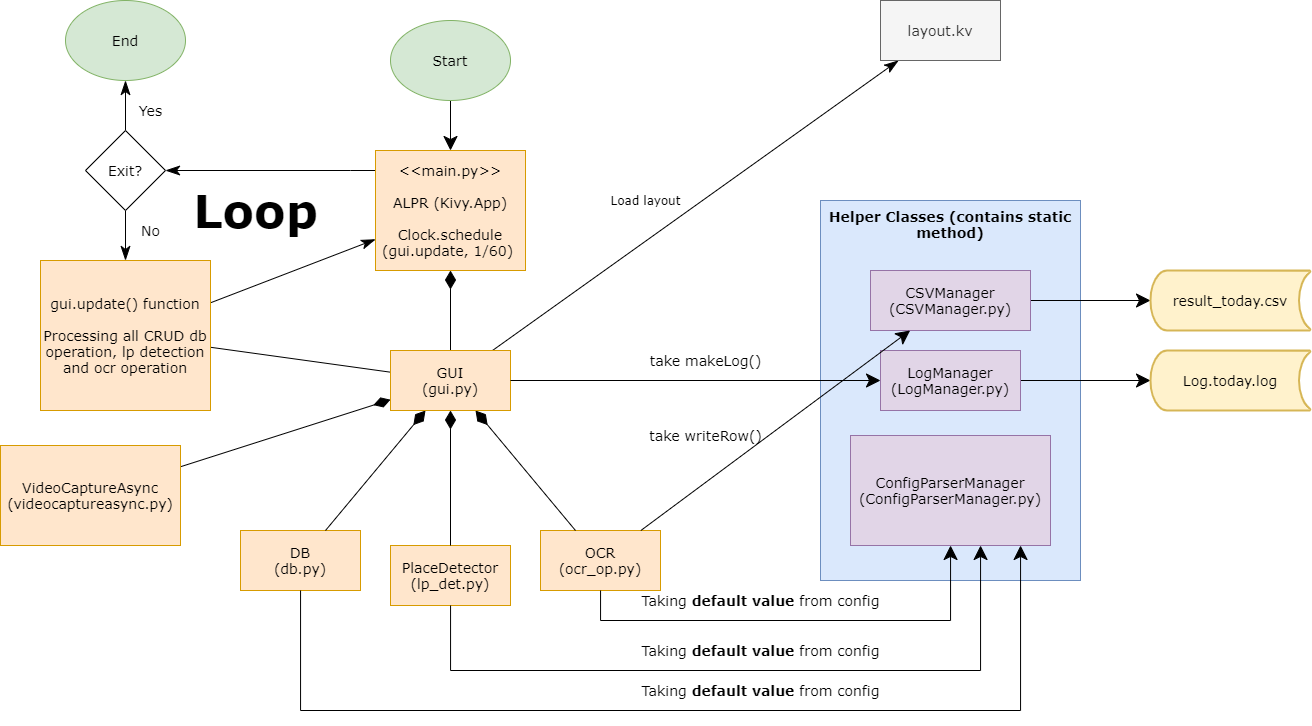
Before: img_log/Class Diagram.png, a diagram exported from draw.io (CheahWen/ALPR). Source tidied: cells renumbered, new cells last; positions are measured from the earlier drawing's top-left corner, leaving out a move shared by most shapes. Source of this version:
```xml
<mxGraphModel>
  <root>
    <mxCell id="0" />
    <mxCell id="1" parent="0" />
    <mxCell id="2" value="PlaceDetector&lt;br style=&quot;font-size: 14px;&quot;&gt;(lp_det.py)" style="rounded=0;whiteSpace=wrap;html=1;fontSize=14;fontFamily=Verdana;spacing=4;fillColor=#ffe6cc;strokeColor=#d79b00;" parent="1" vertex="1">
      <mxGeometry x="390" y="545" width="120" height="60" as="geometry" />
    </mxCell>
    <mxCell id="3" value="OCR&lt;br style=&quot;font-size: 14px;&quot;&gt;(ocr_op.py)" style="rounded=0;whiteSpace=wrap;html=1;fontSize=14;fontFamily=Verdana;spacing=4;fillColor=#ffe6cc;strokeColor=#d79b00;" parent="1" vertex="1">
      <mxGeometry x="540" y="530" width="120" height="60" as="geometry" />
    </mxCell>
    <mxCell id="4" value="DB&lt;br style=&quot;font-size: 14px;&quot;&gt;(db.py)" style="rounded=0;whiteSpace=wrap;html=1;fontSize=14;fontFamily=Verdana;spacing=4;fillColor=#ffe6cc;strokeColor=#d79b00;" parent="1" vertex="1">
      <mxGeometry x="240" y="530" width="120" height="60" as="geometry" />
    </mxCell>
    <mxCell id="5" style="edgeStyle=orthogonalEdgeStyle;rounded=0;jettySize=auto;html=1;startArrow=none;startFill=0;startSize=12;endArrow=classicThin;endFill=1;endSize=12;strokeColor=#000000;strokeWidth=1;fontFamily=Verdana;fontSize=14;" parent="1" edge="1" source="6" target="40">
      <mxGeometry relative="1" as="geometry">
        <Array as="points">
          <mxPoint x="350" y="170" />
          <mxPoint x="350" y="170" />
        </Array>
      </mxGeometry>
    </mxCell>
    <mxCell id="6" value="&amp;lt;&amp;lt;main.py&amp;gt;&amp;gt;&lt;br&gt;&lt;br&gt;ALPR (Kivy.App)&lt;br style=&quot;font-size: 14px&quot;&gt;&lt;br style=&quot;font-size: 14px&quot;&gt;Clock.schedule (gui.update, 1/60)&amp;nbsp;" style="rounded=0;whiteSpace=wrap;html=1;fontSize=14;fontFamily=Verdana;spacing=4;fillColor=#ffe6cc;strokeColor=#d79b00;" parent="1" vertex="1">
      <mxGeometry x="375" y="150" width="150" height="120" as="geometry" />
    </mxCell>
    <mxCell id="7" style="edgeStyle=orthogonalEdgeStyle;rounded=0;jettySize=auto;html=1;endArrow=diamondThin;endFill=1;startSize=9;endSize=16;fontSize=14;fontFamily=Verdana;spacing=4;" parent="1" edge="1" source="13" target="6">
      <mxGeometry relative="1" as="geometry" />
    </mxCell>
    <mxCell id="8" style="edgeStyle=none;rounded=0;jettySize=auto;html=1;startArrow=diamondThin;startFill=1;startSize=16;endArrow=none;endFill=0;endSize=16;strokeWidth=1;fontFamily=Verdana;fontSize=14;" parent="1" edge="1" source="13" target="4">
      <mxGeometry relative="1" as="geometry" />
    </mxCell>
    <mxCell id="9" style="edgeStyle=none;rounded=0;jettySize=auto;html=1;startArrow=diamondThin;startFill=1;startSize=16;endArrow=none;endFill=0;endSize=16;strokeWidth=1;fontFamily=Verdana;fontSize=14;" parent="1" edge="1" source="13" target="2">
      <mxGeometry relative="1" as="geometry" />
    </mxCell>
    <mxCell id="10" style="edgeStyle=none;rounded=0;jettySize=auto;html=1;startArrow=diamondThin;startFill=1;startSize=16;endArrow=none;endFill=0;endSize=16;strokeWidth=1;fontFamily=Verdana;fontSize=14;" parent="1" edge="1" source="13" target="3">
      <mxGeometry relative="1" as="geometry" />
    </mxCell>
    <mxCell id="11" style="edgeStyle=none;rounded=0;jettySize=auto;html=1;startArrow=none;startFill=0;startSize=12;endArrow=none;endFill=0;endSize=12;strokeWidth=1;fontFamily=Verdana;fontSize=14;" parent="1" edge="1" source="13" target="31">
      <mxGeometry relative="1" as="geometry" />
    </mxCell>
    <mxCell id="12" style="edgeStyle=none;rounded=0;jettySize=auto;html=1;startArrow=none;startFill=0;startSize=12;endArrow=classicThin;endFill=1;endSize=12;strokeColor=#000000;strokeWidth=1;fontFamily=Verdana;fontSize=46;" parent="1" edge="1" source="13" target="45">
      <mxGeometry relative="1" as="geometry" />
    </mxCell>
    <mxCell id="13" value="GUI&lt;br style=&quot;font-size: 14px;&quot;&gt;(gui.py)" style="rounded=0;whiteSpace=wrap;html=1;fontSize=14;fontFamily=Verdana;spacing=4;fillColor=#ffe6cc;strokeColor=#d79b00;" parent="1" vertex="1">
      <mxGeometry x="390" y="350" width="120" height="60" as="geometry" />
    </mxCell>
    <mxCell id="14" value="&lt;b style=&quot;font-size: 14px&quot;&gt;&lt;font style=&quot;font-size: 14px&quot;&gt;Helper Classes (contains static method)&lt;/font&gt;&lt;/b&gt;" style="rounded=0;whiteSpace=wrap;html=1;fontSize=14;fontFamily=Verdana;spacing=4;verticalAlign=top;fillColor=#dae8fc;strokeColor=#6c8ebf;" parent="1" vertex="1">
      <mxGeometry x="820" y="200" width="260" height="380" as="geometry" />
    </mxCell>
    <mxCell id="15" style="edgeStyle=none;rounded=0;jettySize=auto;html=1;startArrow=none;startFill=0;startSize=12;endArrow=classic;endFill=1;endSize=12;strokeWidth=1;fontFamily=Verdana;fontSize=14;" parent="1" edge="1" source="16" target="34">
      <mxGeometry relative="1" as="geometry" />
    </mxCell>
    <mxCell id="16" value="&lt;span&gt;CSVManager (CSVManager.py)&lt;/span&gt;" style="rounded=0;whiteSpace=wrap;html=1;fontFamily=Verdana;fontSize=14;fillColor=#e1d5e7;strokeColor=#9673a6;" parent="1" vertex="1">
      <mxGeometry x="870" y="270" width="160" height="60" as="geometry" />
    </mxCell>
    <mxCell id="17" style="rounded=0;jettySize=auto;html=1;startArrow=classic;startFill=1;startSize=12;endArrow=none;endFill=0;endSize=16;strokeWidth=1;fontFamily=Verdana;fontSize=14;edgeStyle=orthogonalEdgeStyle;" parent="1" edge="1" source="18" target="3">
      <mxGeometry relative="1" as="geometry">
        <Array as="points">
          <mxPoint x="950" y="620" />
          <mxPoint x="600" y="620" />
        </Array>
      </mxGeometry>
    </mxCell>
    <mxCell id="18" value="&lt;span&gt;ConfigParserManager (ConfigParserManager.py)&lt;/span&gt;" style="rounded=0;whiteSpace=wrap;html=1;fontFamily=Verdana;fontSize=14;fillColor=#e1d5e7;strokeColor=#9673a6;" parent="1" vertex="1">
      <mxGeometry x="850" y="435" width="200" height="110" as="geometry" />
    </mxCell>
    <mxCell id="19" style="edgeStyle=none;rounded=0;jettySize=auto;html=1;startArrow=none;startFill=0;startSize=12;endArrow=classic;endFill=1;endSize=12;strokeWidth=1;fontFamily=Verdana;fontSize=14;" parent="1" edge="1" source="20" target="35">
      <mxGeometry relative="1" as="geometry" />
    </mxCell>
    <mxCell id="20" value="&lt;span&gt;LogManager (LogManager.py)&lt;/span&gt;" style="rounded=0;whiteSpace=wrap;html=1;fontFamily=Verdana;fontSize=14;fillColor=#e1d5e7;strokeColor=#9673a6;" parent="1" vertex="1">
      <mxGeometry x="880" y="350" width="140" height="60" as="geometry" />
    </mxCell>
    <mxCell id="21" style="edgeStyle=orthogonalEdgeStyle;rounded=0;jettySize=auto;html=1;startArrow=none;startFill=0;startSize=15;endArrow=classic;endFill=1;endSize=12;strokeWidth=1;fontFamily=Verdana;fontSize=14;" parent="1" edge="1" source="2" target="18">
      <mxGeometry relative="1" as="geometry">
        <Array as="points">
          <mxPoint x="450" y="670" />
          <mxPoint x="980" y="670" />
        </Array>
      </mxGeometry>
    </mxCell>
    <mxCell id="22" style="edgeStyle=orthogonalEdgeStyle;rounded=0;jettySize=auto;html=1;startArrow=none;startFill=0;startSize=15;endArrow=classic;endFill=1;endSize=12;strokeWidth=1;fontFamily=Verdana;fontSize=14;" parent="1" edge="1" source="4" target="18">
      <mxGeometry relative="1" as="geometry">
        <Array as="points">
          <mxPoint x="300" y="710" />
          <mxPoint x="1020" y="710" />
        </Array>
      </mxGeometry>
    </mxCell>
    <mxCell id="23" value="Taking &lt;b&gt;default value&lt;/b&gt; from config" style="text;html=1;align=center;verticalAlign=middle;fontSize=14;fontFamily=Verdana;" parent="1" vertex="1">
      <mxGeometry x="635" y="680" width="250" height="20" as="geometry" />
    </mxCell>
    <mxCell id="24" value="Taking &lt;b&gt;default value&lt;/b&gt; from config" style="text;html=1;align=center;verticalAlign=middle;fontSize=14;fontFamily=Verdana;" parent="1" vertex="1">
      <mxGeometry x="635" y="590" width="250" height="20" as="geometry" />
    </mxCell>
    <mxCell id="25" value="Taking &lt;b&gt;default value&lt;/b&gt; from config" style="text;html=1;align=center;verticalAlign=middle;fontSize=14;fontFamily=Verdana;" parent="1" vertex="1">
      <mxGeometry x="635" y="640" width="250" height="20" as="geometry" />
    </mxCell>
    <mxCell id="26" value="take makeLog()" style="text;html=1;align=center;verticalAlign=middle;fontSize=14;fontFamily=Verdana;" parent="1" vertex="1">
      <mxGeometry x="640" y="350" width="130" height="20" as="geometry" />
    </mxCell>
    <mxCell id="27" style="edgeStyle=orthogonalEdgeStyle;rounded=0;jettySize=auto;html=1;startArrow=none;startFill=0;startSize=12;endArrow=classic;endFill=1;endSize=12;strokeWidth=1;fontFamily=Verdana;fontSize=14;" parent="1" edge="1" source="13" target="20">
      <mxGeometry relative="1" as="geometry" />
    </mxCell>
    <mxCell id="28" style="rounded=0;jettySize=auto;html=1;startArrow=none;startFill=0;startSize=12;endArrow=classic;endFill=1;endSize=12;strokeWidth=1;fontFamily=Verdana;fontSize=14;" parent="1" edge="1" source="3" target="16">
      <mxGeometry relative="1" as="geometry" />
    </mxCell>
    <mxCell id="29" value="take writeRow()" style="text;html=1;align=center;verticalAlign=middle;fontSize=14;fontFamily=Verdana;" parent="1" vertex="1">
      <mxGeometry x="640" y="425" width="130" height="20" as="geometry" />
    </mxCell>
    <mxCell id="30" style="rounded=0;jettySize=auto;html=1;startArrow=none;startFill=0;startSize=12;endArrow=classicThin;endFill=1;endSize=12;strokeColor=#000000;strokeWidth=1;fontFamily=Verdana;fontSize=14;" parent="1" edge="1" source="31" target="6">
      <mxGeometry relative="1" as="geometry" />
    </mxCell>
    <mxCell id="31" value="gui.update() function&lt;br&gt;&lt;br&gt;Processing all CRUD db operation, lp detection and ocr operation" style="rounded=0;whiteSpace=wrap;html=1;fontFamily=Verdana;fontSize=14;fillColor=#ffe6cc;strokeColor=#d79b00;" parent="1" vertex="1">
      <mxGeometry x="40" y="260" width="170" height="150" as="geometry" />
    </mxCell>
    <mxCell id="32" style="edgeStyle=none;rounded=0;jettySize=auto;html=1;startArrow=none;startFill=0;startSize=15;endArrow=diamondThin;endFill=1;endSize=15;strokeWidth=1;fontFamily=Verdana;fontSize=14;" parent="1" edge="1" source="33" target="13">
      <mxGeometry relative="1" as="geometry" />
    </mxCell>
    <mxCell id="33" value="VideoCaptureAsync&lt;br style=&quot;font-size: 14px&quot;&gt;(videocaptureasync.py)" style="rounded=0;whiteSpace=wrap;html=1;fontSize=14;fontFamily=Verdana;spacing=4;fillColor=#ffe6cc;strokeColor=#d79b00;" parent="1" vertex="1">
      <mxGeometry y="445" width="180" height="100" as="geometry" />
    </mxCell>
    <mxCell id="34" value="result_today.csv" style="strokeWidth=2;html=1;shape=mxgraph.flowchart.stored_data;whiteSpace=wrap;fontFamily=Verdana;fontSize=14;fillColor=#fff2cc;strokeColor=#d6b656;" parent="1" vertex="1">
      <mxGeometry x="1150" y="270" width="160" height="60" as="geometry" />
    </mxCell>
    <mxCell id="35" value="Log.today.log" style="strokeWidth=2;html=1;shape=mxgraph.flowchart.stored_data;whiteSpace=wrap;fontFamily=Verdana;fontSize=14;fillColor=#fff2cc;strokeColor=#d6b656;" parent="1" vertex="1">
      <mxGeometry x="1150" y="350" width="160" height="60" as="geometry" />
    </mxCell>
    <mxCell id="36" style="edgeStyle=none;rounded=0;jettySize=auto;html=1;startArrow=none;startFill=0;startSize=12;endArrow=classic;endFill=1;endSize=12;strokeWidth=1;fontFamily=Verdana;fontSize=14;" parent="1" edge="1" source="37" target="6">
      <mxGeometry relative="1" as="geometry" />
    </mxCell>
    <mxCell id="37" value="Start" style="ellipse;whiteSpace=wrap;html=1;fontFamily=Verdana;fontSize=14;fillColor=#d5e8d4;strokeColor=#82b366;" parent="1" vertex="1">
      <mxGeometry x="390" y="20" width="120" height="80" as="geometry" />
    </mxCell>
    <mxCell id="38" style="edgeStyle=orthogonalEdgeStyle;rounded=0;jettySize=auto;html=1;startArrow=none;startFill=0;startSize=12;endArrow=classicThin;endFill=1;endSize=12;strokeColor=#000000;strokeWidth=1;fontFamily=Verdana;fontSize=14;" parent="1" edge="1" source="40" target="31">
      <mxGeometry relative="1" as="geometry" />
    </mxCell>
    <mxCell id="39" style="edgeStyle=orthogonalEdgeStyle;rounded=0;jettySize=auto;html=1;startArrow=none;startFill=0;startSize=12;endArrow=classicThin;endFill=1;endSize=12;strokeColor=#000000;strokeWidth=1;fontFamily=Verdana;fontSize=14;" parent="1" edge="1" source="40" target="42">
      <mxGeometry relative="1" as="geometry" />
    </mxCell>
    <mxCell id="40" value="Exit?" style="rhombus;whiteSpace=wrap;html=1;fontFamily=Verdana;fontSize=14;" parent="1" vertex="1">
      <mxGeometry x="85" y="130" width="80" height="80" as="geometry" />
    </mxCell>
    <mxCell id="41" value="No" style="text;html=1;align=center;verticalAlign=middle;fontSize=14;fontFamily=Verdana;" parent="1" vertex="1">
      <mxGeometry x="135" y="220" width="30" height="20" as="geometry" />
    </mxCell>
    <mxCell id="42" value="End" style="ellipse;whiteSpace=wrap;html=1;fontFamily=Verdana;fontSize=14;fillColor=#d5e8d4;strokeColor=#82b366;" parent="1" vertex="1">
      <mxGeometry x="65" width="120" height="80" as="geometry" />
    </mxCell>
    <mxCell id="43" value="Yes" style="text;html=1;align=center;verticalAlign=middle;fontSize=14;fontFamily=Verdana;" parent="1" vertex="1">
      <mxGeometry x="130" y="100" width="40" height="20" as="geometry" />
    </mxCell>
    <mxCell id="44" value="Loop" style="text;html=1;align=center;verticalAlign=middle;fontSize=46;fontFamily=Verdana;fontStyle=1;" parent="1" vertex="1">
      <mxGeometry x="185" y="180" width="140" height="60" as="geometry" />
    </mxCell>
    <mxCell id="45" value="layout.kv" style="rounded=0;whiteSpace=wrap;html=1;fontSize=14;fontFamily=Verdana;spacing=4;fillColor=#f5f5f5;strokeColor=#666666;fontColor=#333333;" parent="1" vertex="1">
      <mxGeometry x="880" width="120" height="60" as="geometry" />
    </mxCell>
    <mxCell id="46" value="Load layout" style="text;html=1;align=center;verticalAlign=middle;fontSize=12;fontFamily=Verdana;" parent="1" vertex="1">
      <mxGeometry x="600" y="190" width="90" height="20" as="geometry" />
    </mxCell>
  </root>
</mxGraphModel>
```
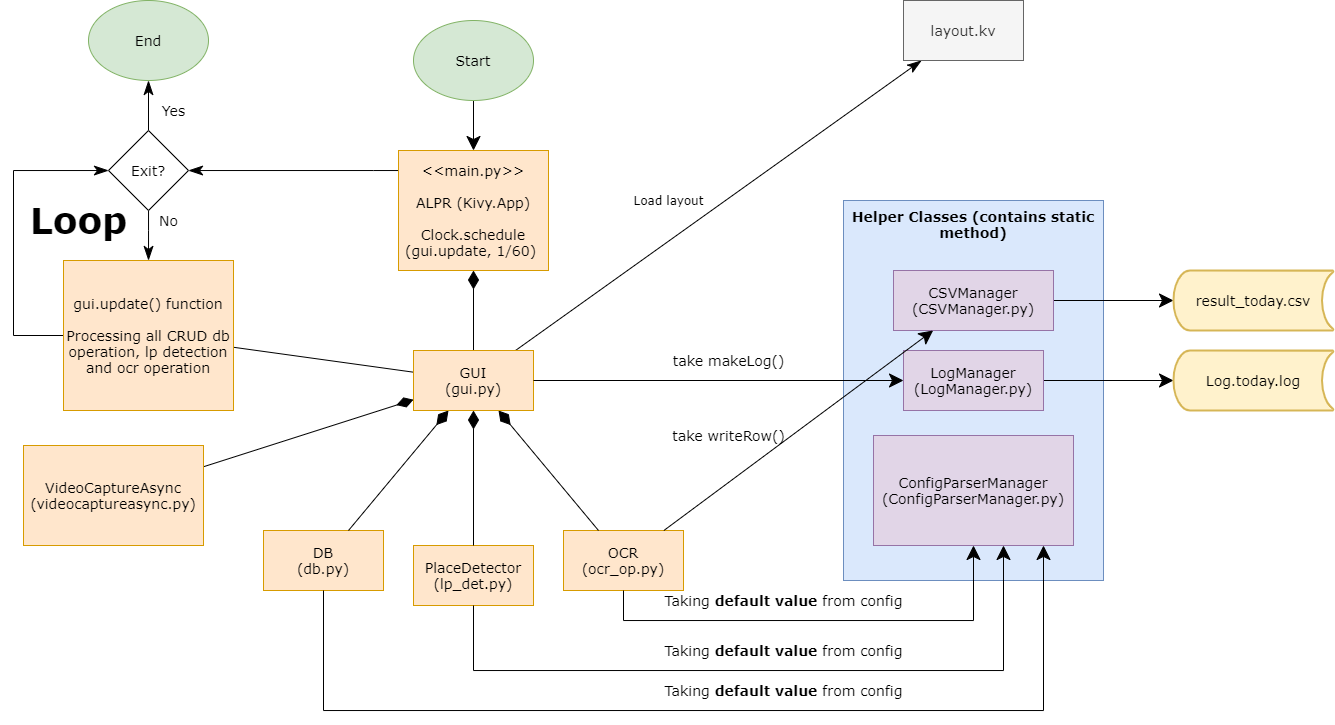
After the commit.

Commit message:
add class diagram

The edit, as a diff of the source:
```diff
@@ -106,9 +106,14 @@
     <mxCell id="29" value="take writeRow()" style="text;html=1;align=center;verticalAlign=middle;fontSize=14;fontFamily=Verdana;" parent="1" vertex="1">
       <mxGeometry x="640" y="425" width="130" height="20" as="geometry" />
     </mxCell>
-    <mxCell id="30" style="rounded=0;jettySize=auto;html=1;startArrow=none;startFill=0;startSize=12;endArrow=classicThin;endFill=1;endSize=12;strokeColor=#000000;strokeWidth=1;fontFamily=Verdana;fontSize=14;" parent="1" edge="1" source="31" target="6">
-      <mxGeometry relative="1" as="geometry" />
-    </mxCell>
+    <mxCell id="47" style="rounded=0;jettySize=auto;html=1;startArrow=none;startFill=0;startSize=12;endArrow=classicThin;endFill=1;endSize=12;strokeColor=#000000;strokeWidth=1;fontFamily=Verdana;fontSize=12;edgeStyle=orthogonalEdgeStyle;" parent="1" edge="1" source="31" target="40">
+      <mxGeometry relative="1" as="geometry">
+        <Array as="points">
+          <mxPoint x="-10" y="335" />
+          <mxPoint x="-10" y="170" />
+        </Array>
+      </mxGeometry>
+    </mxCell>
     <mxCell id="31" value="gui.update() function&lt;br&gt;&lt;br&gt;Processing all CRUD db operation, lp detection and ocr operation" style="rounded=0;whiteSpace=wrap;html=1;fontFamily=Verdana;fontSize=14;fillColor=#ffe6cc;strokeColor=#d79b00;" parent="1" vertex="1">
       <mxGeometry x="40" y="260" width="170" height="150" as="geometry" />
     </mxCell>
@@ -131,7 +136,12 @@
       <mxGeometry x="390" y="20" width="120" height="80" as="geometry" />
     </mxCell>
     <mxCell id="38" style="edgeStyle=orthogonalEdgeStyle;rounded=0;jettySize=auto;html=1;startArrow=none;startFill=0;startSize=12;endArrow=classicThin;endFill=1;endSize=12;strokeColor=#000000;strokeWidth=1;fontFamily=Verdana;fontSize=14;" parent="1" edge="1" source="40" target="31">
-      <mxGeometry relative="1" as="geometry" />
+      <mxGeometry relative="1" as="geometry">
+        <Array as="points">
+          <mxPoint x="125" y="230" />
+          <mxPoint x="125" y="230" />
+        </Array>
+      </mxGeometry>
     </mxCell>
     <mxCell id="39" style="edgeStyle=orthogonalEdgeStyle;rounded=0;jettySize=auto;html=1;startArrow=none;startFill=0;startSize=12;endArrow=classicThin;endFill=1;endSize=12;strokeColor=#000000;strokeWidth=1;fontFamily=Verdana;fontSize=14;" parent="1" edge="1" source="40" target="42">
       <mxGeometry relative="1" as="geometry" />
@@ -140,7 +150,7 @@
       <mxGeometry x="85" y="130" width="80" height="80" as="geometry" />
     </mxCell>
     <mxCell id="41" value="No" style="text;html=1;align=center;verticalAlign=middle;fontSize=14;fontFamily=Verdana;" parent="1" vertex="1">
-      <mxGeometry x="135" y="220" width="30" height="20" as="geometry" />
+      <mxGeometry x="130" y="210" width="30" height="20" as="geometry" />
     </mxCell>
     <mxCell id="42" value="End" style="ellipse;whiteSpace=wrap;html=1;fontFamily=Verdana;fontSize=14;fillColor=#d5e8d4;strokeColor=#82b366;" parent="1" vertex="1">
       <mxGeometry x="65" width="120" height="80" as="geometry" />
@@ -148,8 +158,8 @@
     <mxCell id="43" value="Yes" style="text;html=1;align=center;verticalAlign=middle;fontSize=14;fontFamily=Verdana;" parent="1" vertex="1">
       <mxGeometry x="130" y="100" width="40" height="20" as="geometry" />
     </mxCell>
-    <mxCell id="44" value="Loop" style="text;html=1;align=center;verticalAlign=middle;fontSize=46;fontFamily=Verdana;fontStyle=1;" parent="1" vertex="1">
-      <mxGeometry x="185" y="180" width="140" height="60" as="geometry" />
+    <mxCell id="44" value="Loop" style="text;html=1;align=center;verticalAlign=middle;fontSize=36;fontFamily=Verdana;fontStyle=1;" parent="1" vertex="1">
+      <mxGeometry y="195" width="110" height="50" as="geometry" />
     </mxCell>
     <mxCell id="45" value="layout.kv" style="rounded=0;whiteSpace=wrap;html=1;fontSize=14;fontFamily=Verdana;spacing=4;fillColor=#f5f5f5;strokeColor=#666666;fontColor=#333333;" parent="1" vertex="1">
       <mxGeometry x="880" width="120" height="60" as="geometry" />
```
